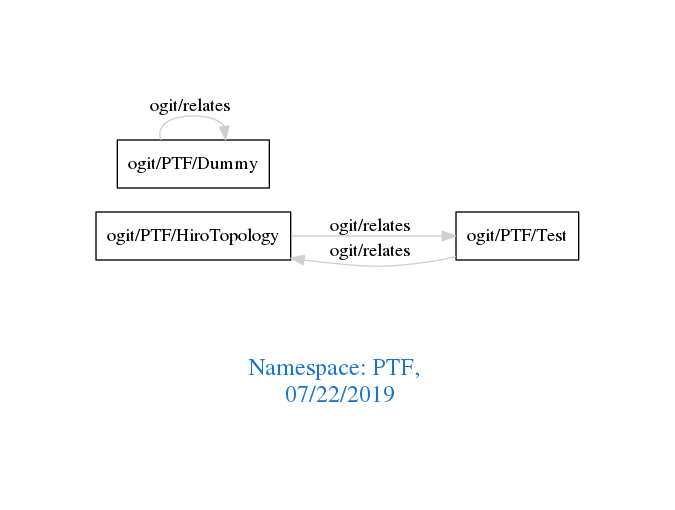
This is downloads/PTF.png from arago/OGIT, a Graphviz export, as it was before one commit. Its source is kept beside it as downloads/PTF.dot.
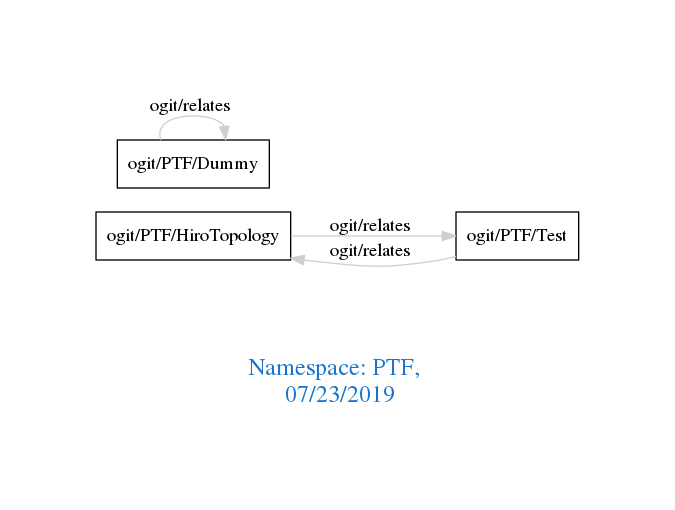
The same diagram one commit later.

The edit, as a diff of the source:
```diff
@@ -1,7 +1,7 @@
 digraph OGIT_ontology {
  graph [ rankdir= LR,pad=1
 fontsize = 18,
-fontcolor= dodgerblue3,label = "\n\n\nNamespace: PTF, \n 07/22/2019"];
+fontcolor= dodgerblue3,label = "\n\n\nNamespace: PTF, \n 07/23/2019"];
 node[shape=polygon];
 edge [  color="gray81"];
 
```
